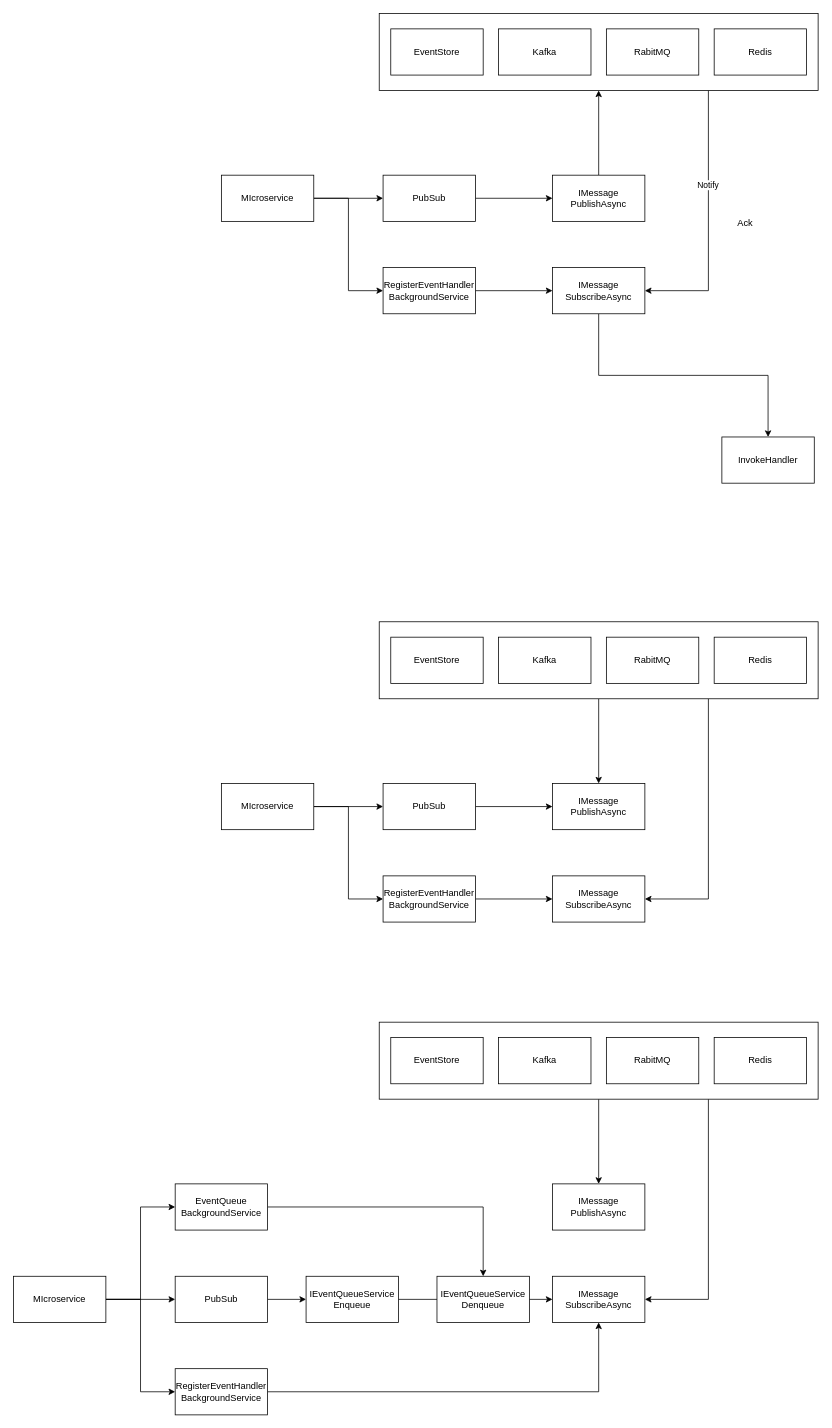
The draw.io diagram page "Page-3" (3 of 3) of packages.drawio in codedesignplus/CodeDesignPlus.Net.Sdk, before the edit. Source tidied: cells renumbered, new cells numbered last; positions are measured from the earlier drawing's top-left corner, leaving out a move shared by most shapes. Both pictures are drawn from the tidied source at 77%, with x=0, y=0 at pixel (13, 13).
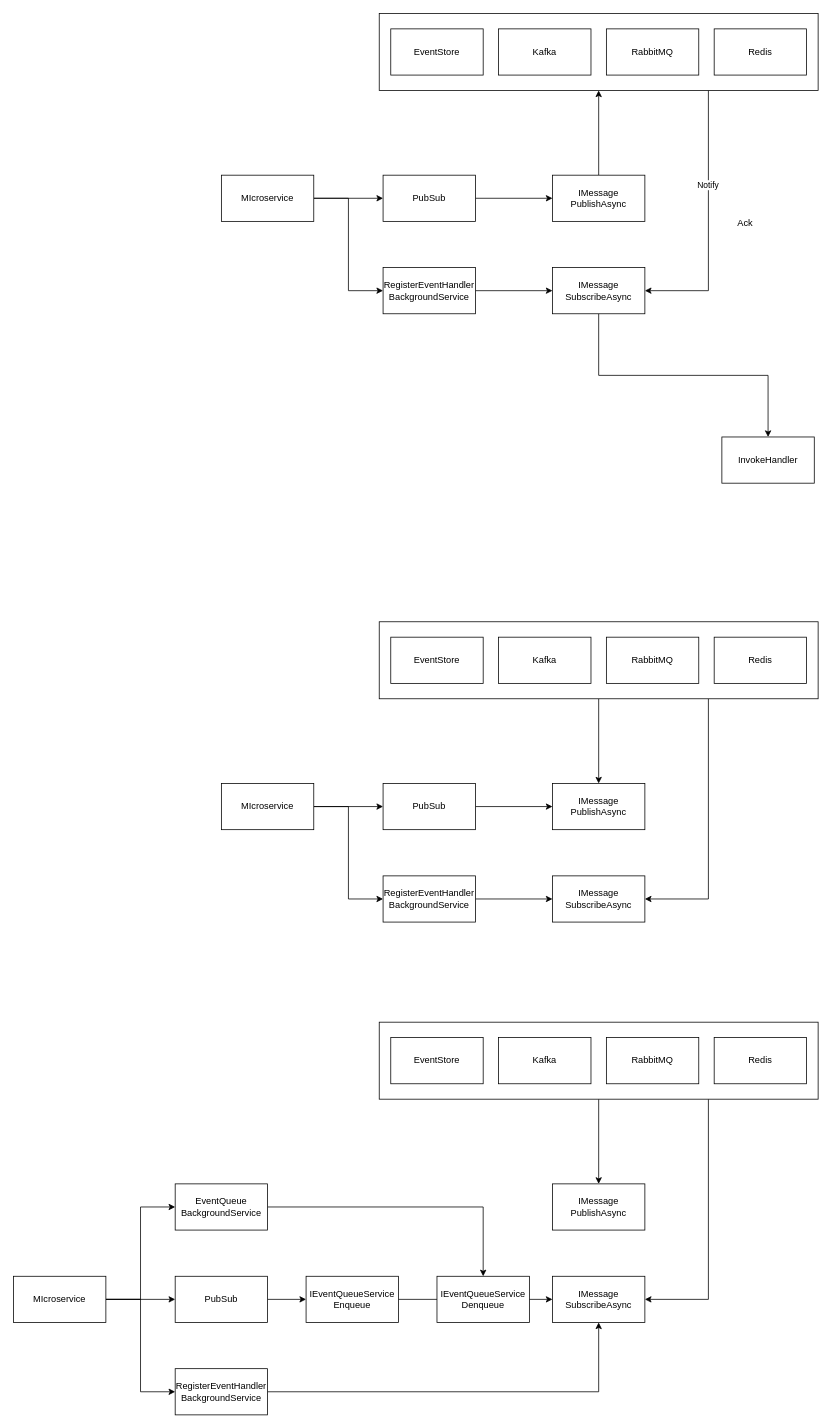
Above is the later version.

The edit, as a diff of the source:
```diff
@@
-    <mxCell id="12" value="RabitMQ" style="rounded=0;whiteSpace=wrap;html=1;" parent="1" vertex="1">
+    <mxCell id="12" value="RabbitMQ" style="rounded=0;whiteSpace=wrap;html=1;" parent="1" vertex="1">
       <mxGeometry x="770" y="810" width="120" height="60" as="geometry" />
     </mxCell>
@@
-    <mxCell id="29" value="RabitMQ" style="rounded=0;whiteSpace=wrap;html=1;" parent="1" vertex="1">
+    <mxCell id="29" value="RabbitMQ" style="rounded=0;whiteSpace=wrap;html=1;" parent="1" vertex="1">
       <mxGeometry x="770" y="1330" width="120" height="60" as="geometry" />
     </mxCell>
@@
-    <mxCell id="52" value="RabitMQ" style="rounded=0;whiteSpace=wrap;html=1;" parent="1" vertex="1">
+    <mxCell id="52" value="RabbitMQ" style="rounded=0;whiteSpace=wrap;html=1;" parent="1" vertex="1">
       <mxGeometry x="770" y="20" width="120" height="60" as="geometry" />
     </mxCell>
```
